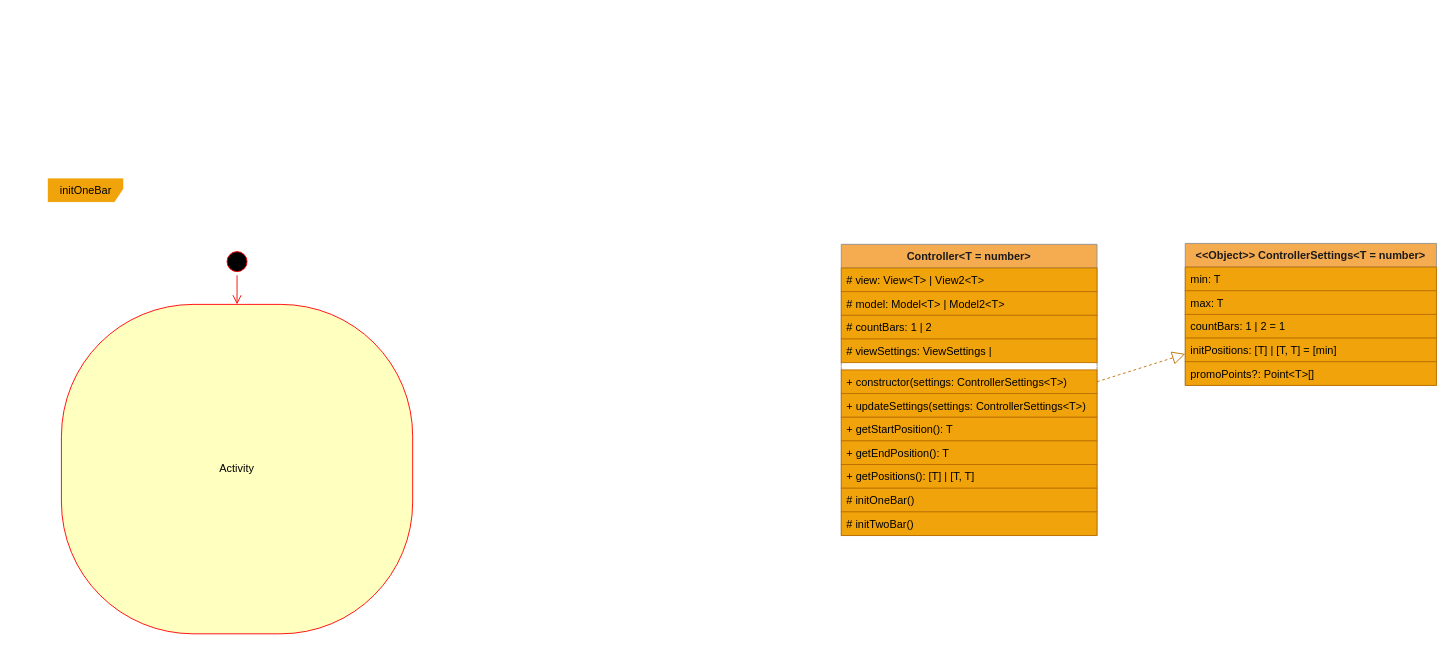
This is page "Controller" (3 of 7) of src/components/simple/slider/slider.drawio from ArhDemetriy/Slider, a draw.io file, before an edit. Source tidied: cells renumbered, new cells numbered last; positions are measured from the earlier drawing's top-left corner, leaving out a move shared by most shapes. Both pictures are drawn from the tidied source at 91%, with x=0, y=0 at pixel (47, 177).
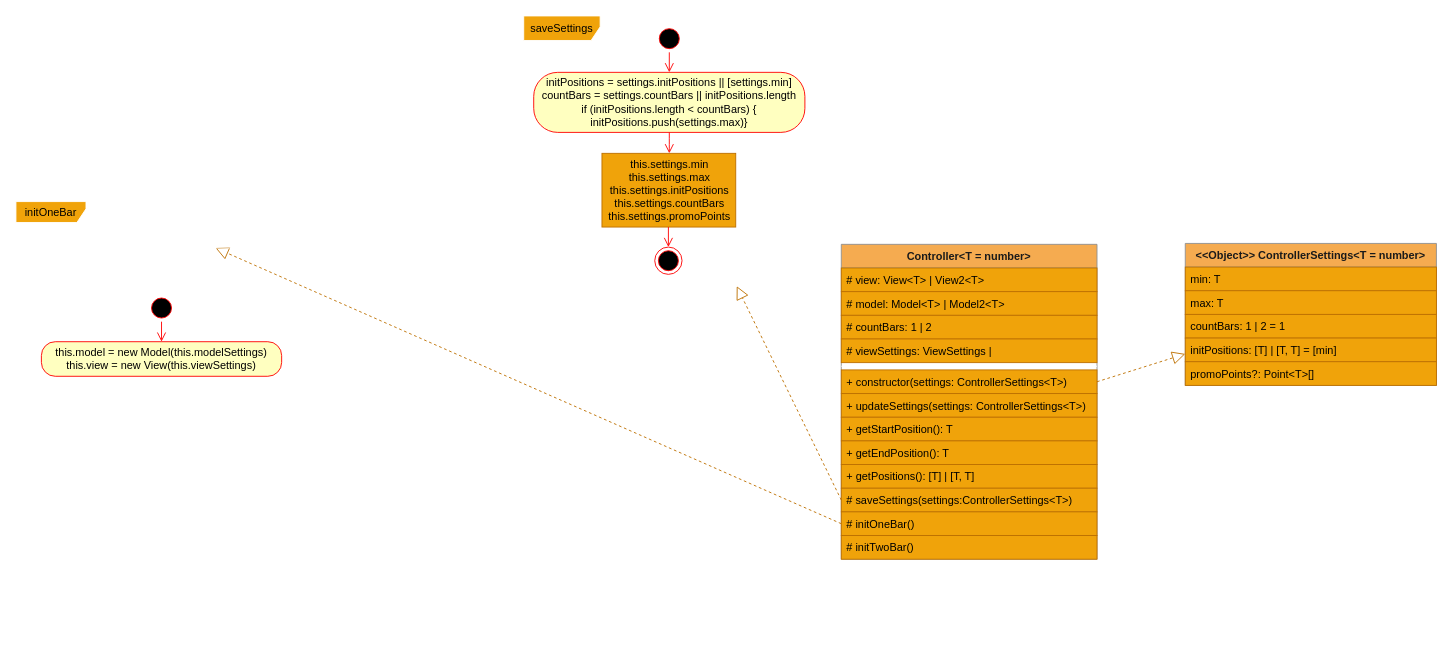
The same diagram, later.

What changed in the source:
```diff
@@
-    <mxCell id="2" style="ellipse;html=1;shape=startState;fillColor=#000000;strokeColor=#ff0000;" parent="1" vertex="1">
-      <mxGeometry x="193" y="77" width="30" height="30" as="geometry" />
-    </mxCell>
-    <mxCell id="3" style="edgeStyle=orthogonalEdgeStyle;html=1;verticalAlign=bottom;endArrow=open;endSize=8;strokeColor=#ff0000;" parent="1" edge="1" source="2" target="4">
-      <mxGeometry relative="1" as="geometry" />
-    </mxCell>
-    <mxCell id="4" value="Activity" style="rounded=1;whiteSpace=wrap;html=1;arcSize=40;fontColor=#000000;fillColor=#ffffc0;strokeColor=#ff0000;" parent="1" vertex="1">
-      <mxGeometry x="15" y="139" width="386" height="362" as="geometry" />
-    </mxCell>
-    <mxCell id="5" value="&lt;span style=&quot;text-align: left&quot;&gt;initOneBar&lt;/span&gt;" style="shape=umlFrame;whiteSpace=wrap;html=1;rounded=0;sketch=0;strokeColor=#FFFFFF;fillColor=#F0A30A;gradientColor=none;fontColor=#000000;width=84;height=27;" parent="1" vertex="1">
-      <mxGeometry x="-0.5" width="417" height="54" as="geometry" />
-    </mxCell>
@@
     <mxCell id="7" value="Controller&lt;T = number&gt;" style="swimlane;fontStyle=1;align=center;verticalAlign=top;horizontal=1;startSize=26;rounded=0;sketch=0;strokeColor=#909090;fillColor=#F5AB50;fontColor=#1A1A1A;" parent="6" vertex="1">
-      <mxGeometry x="872" y="73" width="281" height="320" as="geometry" />
+      <mxGeometry x="872" y="73" width="281" height="346" as="geometry" />
     </mxCell>
@@
+    <mxCell id="27" value="# saveSettings(settings:ControllerSettings&lt;T&gt;)" style="text;align=left;verticalAlign=top;spacingLeft=4;spacingRight=4;overflow=hidden;points=[[0,0.5],[1,0.5]];portConstraint=eastwest;strokeColor=#BD7000;fontColor=#000000;fillColor=#F0A30A;" parent="7" vertex="1">
+      <mxGeometry y="268" width="281" height="26" as="geometry" />
+    </mxCell>
     <mxCell id="18" value="# initOneBar()" style="text;align=left;verticalAlign=top;spacingLeft=4;spacingRight=4;overflow=hidden;points=[[0,0.5],[1,0.5]];portConstraint=eastwest;strokeColor=#BD7000;fontColor=#000000;fillColor=#F0A30A;" parent="7" vertex="1">
-      <mxGeometry y="268" width="281" height="26" as="geometry" />
+      <mxGeometry y="294" width="281" height="26" as="geometry" />
     </mxCell>
     <mxCell id="19" value="# initTwoBar()" style="text;align=left;verticalAlign=top;spacingLeft=4;spacingRight=4;overflow=hidden;strokeColor=#BD7000;fontColor=#000000;fillColor=#F0A30A;" parent="7" vertex="1">
-      <mxGeometry y="294" width="281" height="26" as="geometry" />
+      <mxGeometry y="320" width="281" height="26" as="geometry" />
     </mxCell>
@@
+    <mxCell id="28" parent="0" />
+    <mxCell id="29" style="group;" parent="28" vertex="1">
+      <mxGeometry x="523" y="-178" width="323" height="297" as="geometry" />
+    </mxCell>
+    <mxCell id="5" value="&lt;span style=&quot;text-align: left&quot;&gt;saveSettings&lt;/span&gt;" style="shape=umlFrame;whiteSpace=wrap;html=1;rounded=0;sketch=0;strokeColor=#FFFFFF;fillColor=#F0A30A;gradientColor=none;fontColor=#000000;width=84;height=27;" parent="29" vertex="1">
+      <mxGeometry width="323" height="297" as="geometry" />
+    </mxCell>
+    <mxCell id="2" style="ellipse;html=1;shape=startState;fillColor=#000000;strokeColor=#ff0000;" parent="29" vertex="1">
+      <mxGeometry x="145" y="10" width="30" height="30" as="geometry" />
+    </mxCell>
+    <mxCell id="3" style="edgeStyle=orthogonalEdgeStyle;html=1;verticalAlign=bottom;endArrow=open;endSize=8;strokeColor=#ff0000;" parent="29" edge="1" source="2" target="4">
+      <mxGeometry relative="1" as="geometry" />
+    </mxCell>
+    <mxCell id="4" value="initPositions = settings.initPositions || [settings.min]&lt;br&gt;countBars = settings.countBars || initPositions.length&lt;br&gt;if (initPositions.length &amp;lt; countBars) {&lt;br&gt;initPositions.push(settings.max)}" style="rounded=1;whiteSpace=wrap;html=1;arcSize=40;fontColor=#000000;fillColor=#ffffc0;strokeColor=#ff0000;" parent="29" vertex="1">
+      <mxGeometry x="11" y="62" width="298" height="66" as="geometry" />
+    </mxCell>
+    <mxCell id="30" style="edgeStyle=orthogonalEdgeStyle;html=1;verticalAlign=bottom;endArrow=open;endSize=8;strokeColor=#ff0000;" parent="29" edge="1" source="4" target="31">
+      <mxGeometry relative="1" as="geometry">
+        <Array as="points">
+          <mxPoint x="160" y="142" />
+        </Array>
+      </mxGeometry>
+    </mxCell>
+    <mxCell id="31" value="this.settings.min&lt;br&gt;this.settings.max&lt;br&gt;this.settings.initPositions&lt;br&gt;this.settings.countBars&lt;br&gt;this.settings.promoPoints" style="html=1;rounded=0;sketch=0;fillColor=#F0A30A;gradientColor=none;fontColor=#000000;strokeColor=#BD7000;" parent="29" vertex="1">
+      <mxGeometry x="86" y="151" width="147" height="81" as="geometry" />
+    </mxCell>
+    <mxCell id="32" style="edgeStyle=orthogonalEdgeStyle;html=1;verticalAlign=bottom;endArrow=open;endSize=8;strokeColor=#ff0000;" parent="29" edge="1" source="31" target="33">
+      <mxGeometry relative="1" as="geometry">
+        <Array as="points">
+          <mxPoint x="160" y="259" />
+        </Array>
+      </mxGeometry>
+    </mxCell>
+    <mxCell id="33" style="ellipse;html=1;shape=endState;fillColor=#000000;strokeColor=#ff0000;" parent="29" vertex="1">
+      <mxGeometry x="144" y="254" width="30" height="30" as="geometry" />
+    </mxCell>
+    <mxCell id="34" style="endArrow=block;dashed=1;endFill=0;endSize=12;html=1;strokeColor=#BD7000;fontColor=#000000;fillColor=#f0a30a;exitX=0;exitY=0.5;exitDx=0;exitDy=0;" parent="28" edge="1" source="27" target="5">
+      <mxGeometry relative="1" as="geometry" />
+    </mxCell>
+    <mxCell id="35" style="endArrow=block;dashed=1;endFill=0;endSize=12;html=1;strokeColor=#BD7000;fontColor=#000000;fillColor=#f0a30a;exitX=0;exitY=0.5;exitDx=0;exitDy=0;" parent="28" edge="1" source="18" target="36">
+      <mxGeometry relative="1" as="geometry" />
+    </mxCell>
+    <mxCell id="36" value="&lt;span style=&quot;text-align: left&quot;&gt;initOneBar&lt;/span&gt;" style="shape=umlFrame;whiteSpace=wrap;html=1;rounded=0;sketch=0;strokeColor=#FFFFFF;fillColor=#F0A30A;gradientColor=none;fontColor=#000000;width=77;height=23;" parent="28" vertex="1">
+      <mxGeometry x="-35" y="26" width="323" height="51" as="geometry" />
+    </mxCell>
+    <mxCell id="37" style="ellipse;html=1;shape=startState;fillColor=#000000;strokeColor=#ff0000;" parent="28" vertex="1">
+      <mxGeometry x="110" y="128" width="30" height="30" as="geometry" />
+    </mxCell>
+    <mxCell id="38" style="edgeStyle=orthogonalEdgeStyle;html=1;verticalAlign=bottom;endArrow=open;endSize=8;strokeColor=#ff0000;" parent="28" edge="1" source="37" target="39">
+      <mxGeometry x="-547" y="424" as="geometry" />
+    </mxCell>
+    <mxCell id="39" value="this.model = new Model(this.modelSettings)&lt;br&gt;this.view = new View(this.viewSettings)" style="rounded=1;whiteSpace=wrap;html=1;arcSize=40;fontColor=#000000;fillColor=#ffffc0;strokeColor=#ff0000;" parent="28" vertex="1">
+      <mxGeometry x="-7" y="180" width="264" height="38" as="geometry" />
+    </mxCell>
```
